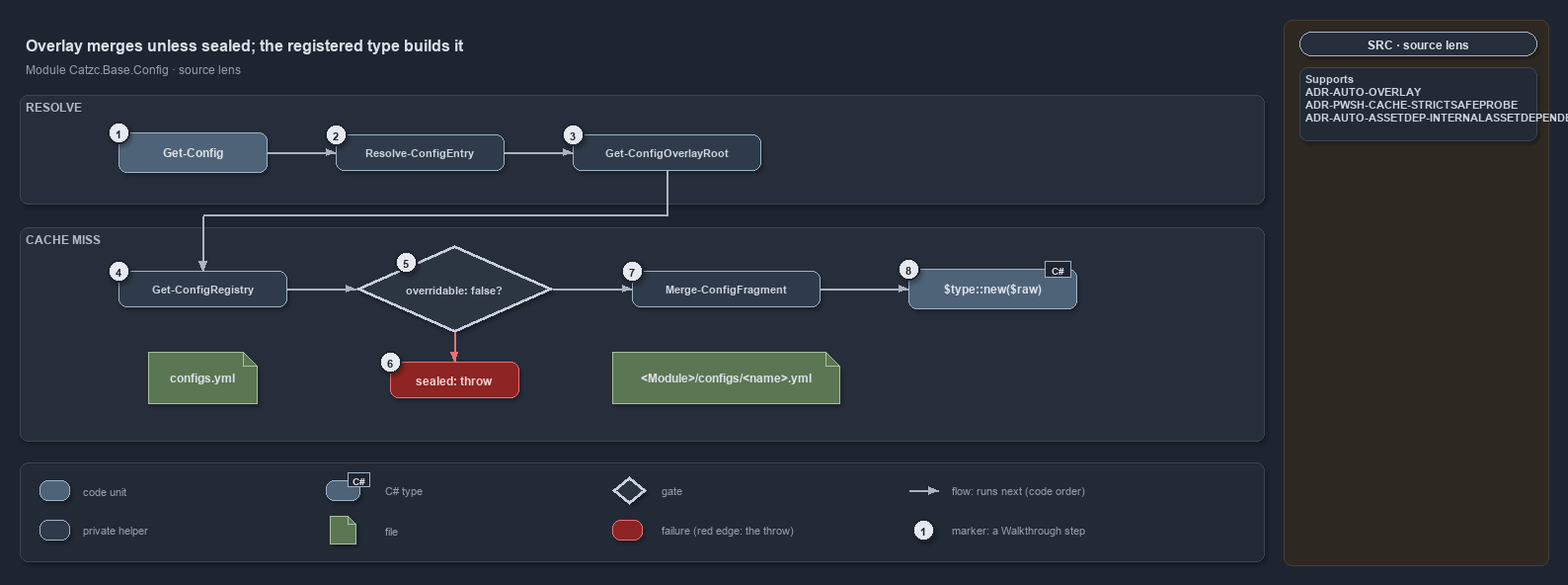
casperease/catzc keeps this draw.io diagram as docs/references/pwsh/.assets/get-config-merge-seal-type/diagram.drawio.png. Above is the earlier version. Source tidied: cells renumbered, new cells last; positions are measured from the earlier drawing's top-left corner, leaving out a move shared by most shapes.
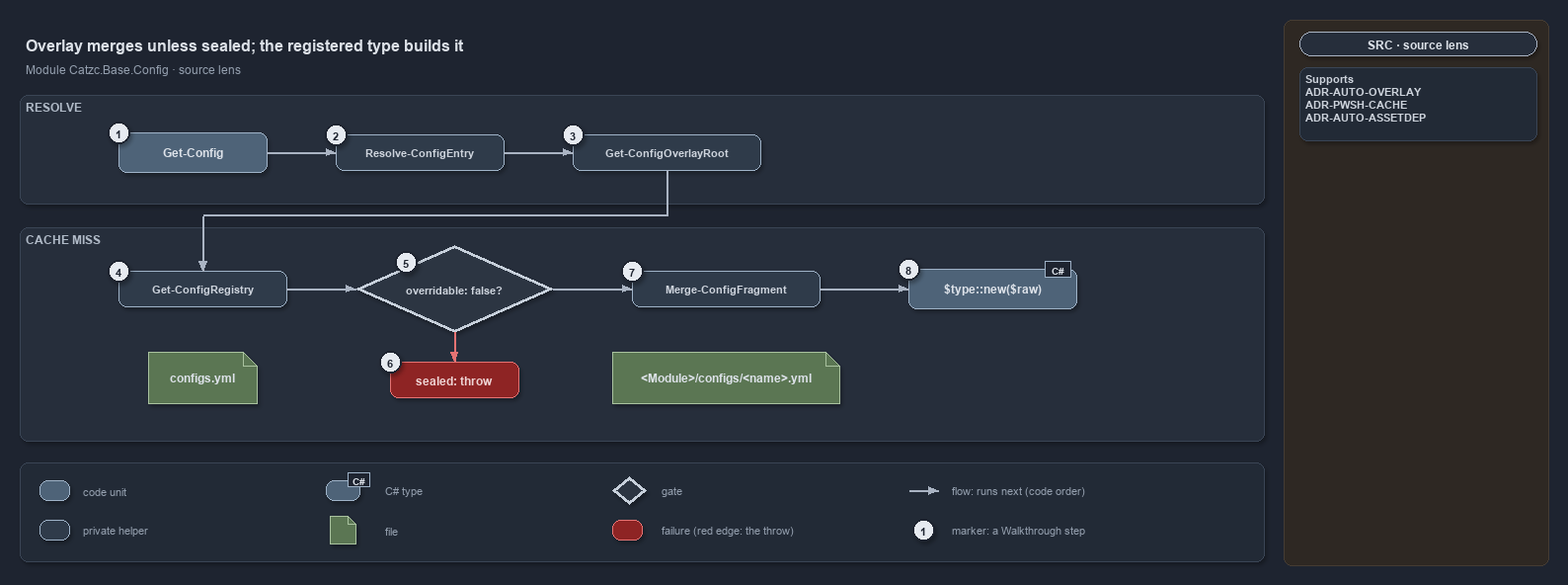
After the commit.

Diff of the diagram source:
```diff
@@ -170,7 +170,7 @@
     <mxCell id="57" value="SRC · source lens" style="rounded=1;arcSize=50;whiteSpace=wrap;html=1;fillColor=#262E3B;strokeColor=#AAB4C3;fontColor=#DDE2E9;fontStyle=1;fontSize=12;" parent="1" vertex="1">
       <mxGeometry x="1296" y="12" width="240" height="24" as="geometry" />
     </mxCell>
-    <mxCell id="58" value="&lt;b&gt;Supports&lt;/b&gt;&lt;br&gt;ADR-AUTO-OVERLAY&lt;br&gt;ADR-PWSH-CACHE-STRICTSAFEPROBE&lt;br&gt;ADR-AUTO-ASSETDEP-INTERNALASSETDEPENDENCY" style="rounded=1;arcSize=6;whiteSpace=wrap;html=1;align=left;verticalAlign=top;spacingLeft=6;fontSize=11;fontColor=#CDD3DC;fillColor=#222A36;strokeColor=#3A4555;" parent="1" vertex="1">
+    <mxCell id="58" value="&lt;b&gt;Supports&lt;/b&gt;&lt;br&gt;ADR-AUTO-OVERLAY&lt;br&gt;ADR-PWSH-CACHE&lt;br&gt;ADR-AUTO-ASSETDEP" style="rounded=1;arcSize=6;whiteSpace=wrap;html=1;align=left;verticalAlign=top;spacingLeft=6;fontSize=11;fontColor=#CDD3DC;fillColor=#222A36;strokeColor=#3A4555;" parent="1" vertex="1">
       <mxGeometry x="1296" y="48" width="240" height="74" as="geometry" />
     </mxCell>
   </root>
```
